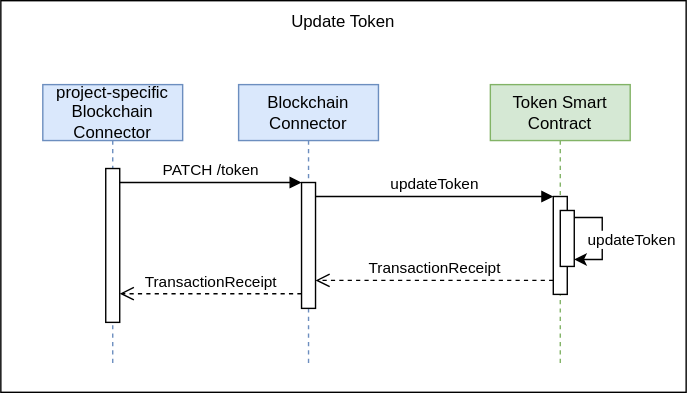
This is drawio/chapter_6/update-token.svg from fraunhofer-iml/nft-folder-documentation, a draw.io export, as it was before one commit. Source tidied: cells renumbered, new cells last; positions are measured from the earlier drawing's top-left corner, leaving out a move shared by most shapes.
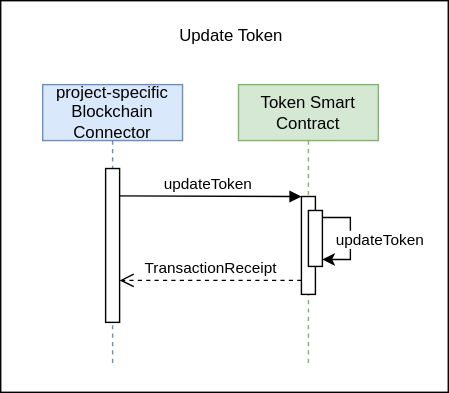
The same file after the commit.

Commit message:
Add token hierarchy and incoroporate blockchain connector as a library

The edit, as a diff of the source:
```diff
@@ -2,17 +2,11 @@
   <root>
     <mxCell id="0" />
     <mxCell id="1" parent="0" />
-    <mxCell id="2" style="rounded=0;whiteSpace=wrap;html=1;" parent="1" vertex="1">
-      <mxGeometry width="490" height="280" as="geometry" />
-    </mxCell>
-    <mxCell id="3" value="Blockchain Connector" style="shape=umlLifeline;perimeter=lifelinePerimeter;whiteSpace=wrap;html=1;newEdgeStyle={&quot;edgeStyle&quot;:&quot;elbowEdgeStyle&quot;,&quot;elbow&quot;:&quot;vertical&quot;,&quot;curved&quot;:0,&quot;rounded&quot;:0};fillColor=#dae8fc;strokeColor=#6c8ebf;" parent="1" vertex="1">
-      <mxGeometry x="170" y="60" width="100" height="200" as="geometry" />
-    </mxCell>
-    <mxCell id="4" style="html=1;points=[];perimeter=orthogonalPerimeter;outlineConnect=0;targetShapes=umlLifeline;portConstraint=eastwest;newEdgeStyle={&quot;edgeStyle&quot;:&quot;elbowEdgeStyle&quot;,&quot;elbow&quot;:&quot;vertical&quot;,&quot;curved&quot;:0,&quot;rounded&quot;:0};" parent="3" vertex="1">
-      <mxGeometry x="45" y="70" width="10" height="90" as="geometry" />
-    </mxCell>
+    <mxCell id="17" style="rounded=0;whiteSpace=wrap;html=1;" parent="1" vertex="1">
+      <mxGeometry width="320" height="280" as="geometry" />
+    </mxCell>
     <mxCell id="5" value="Token Smart Contract" style="shape=umlLifeline;perimeter=lifelinePerimeter;whiteSpace=wrap;html=1;newEdgeStyle={&quot;edgeStyle&quot;:&quot;elbowEdgeStyle&quot;,&quot;elbow&quot;:&quot;vertical&quot;,&quot;curved&quot;:0,&quot;rounded&quot;:0};fillColor=#d5e8d4;strokeColor=#82b366;" parent="1" vertex="1">
-      <mxGeometry x="350" y="60" width="100" height="200" as="geometry" />
+      <mxGeometry x="170" y="60" width="100" height="200" as="geometry" />
     </mxCell>
     <mxCell id="6" style="html=1;points=[];perimeter=orthogonalPerimeter;outlineConnect=0;targetShapes=umlLifeline;portConstraint=eastwest;newEdgeStyle={&quot;edgeStyle&quot;:&quot;elbowEdgeStyle&quot;,&quot;elbow&quot;:&quot;vertical&quot;,&quot;curved&quot;:0,&quot;rounded&quot;:0};" parent="5" vertex="1">
       <mxGeometry x="45" y="80" width="10" height="70" as="geometry" />
@@ -33,24 +27,19 @@
     <mxCell id="9" style="html=1;points=[[0,0,0,0,5],[0,1,0,0,-5],[1,0,0,0,5],[1,1,0,0,-5]];perimeter=orthogonalPerimeter;outlineConnect=0;targetShapes=umlLifeline;portConstraint=eastwest;newEdgeStyle={&quot;curved&quot;:0,&quot;rounded&quot;:0};" parent="5" vertex="1">
       <mxGeometry x="50" y="90" width="10" height="40" as="geometry" />
     </mxCell>
-    <mxCell id="10" value="updateToken" style="html=1;verticalAlign=bottom;endArrow=block;edgeStyle=elbowEdgeStyle;elbow=vertical;curved=0;rounded=0;" parent="1" edge="1" source="4" target="6">
+    <mxCell id="10" value="updateToken" style="html=1;verticalAlign=bottom;endArrow=block;edgeStyle=elbowEdgeStyle;elbow=vertical;curved=0;rounded=0;exitX=1.5;exitY=0.182;exitDx=0;exitDy=0;exitPerimeter=0;" parent="1" edge="1" target="6">
       <mxGeometry relative="1" as="geometry">
-        <Array as="points">
-          <mxPoint x="310" y="140" />
-        </Array>
+        <mxPoint x="80" y="139.5" as="sourcePoint" />
       </mxGeometry>
     </mxCell>
-    <mxCell id="11" value="TransactionReceipt" style="html=1;verticalAlign=bottom;endArrow=open;dashed=1;endSize=8;edgeStyle=elbowEdgeStyle;elbow=horizontal;curved=0;rounded=0;" parent="1" edge="1">
-      <mxGeometry relative="1" as="geometry">
-        <mxPoint x="395" y="200" as="sourcePoint" />
-        <mxPoint x="225" y="200" as="targetPoint" />
-        <Array as="points">
-          <mxPoint x="320" y="200" />
-        </Array>
-      </mxGeometry>
-    </mxCell>
+    <mxCell id="18" value="TransactionReceipt" style="html=1;verticalAlign=bottom;endArrow=open;dashed=1;endSize=8;edgeStyle=elbowEdgeStyle;elbow=horizontal;curved=0;rounded=0;" parent="1" edge="1">
+      <mxGeometry relative="1" as="geometry">
+        <mxPoint x="215" y="200" as="sourcePoint" />
+        <mxPoint x="85" y="200" as="targetPoint" />
+      </mxGeometry>
+    </mxCell>
     <mxCell id="12" value="Update Token" style="text;html=1;align=center;verticalAlign=middle;whiteSpace=wrap;rounded=0;" parent="1" vertex="1">
-      <mxGeometry x="170" width="150" height="30" as="geometry" />
+      <mxGeometry x="90" y="10" width="150" height="30" as="geometry" />
     </mxCell>
     <mxCell id="13" value="project-specific Blockchain Connector" style="shape=umlLifeline;perimeter=lifelinePerimeter;whiteSpace=wrap;html=1;newEdgeStyle={&quot;curved&quot;:0,&quot;rounded&quot;:0};fillColor=#dae8fc;strokeColor=#6c8ebf;" parent="1" vertex="1">
       <mxGeometry x="30" y="60" width="100" height="200" as="geometry" />
@@ -58,19 +47,5 @@
     <mxCell id="14" style="html=1;points=[[0,0,0,0,5],[0,1,0,0,-5],[1,0,0,0,5],[1,1,0,0,-5]];perimeter=orthogonalPerimeter;outlineConnect=0;targetShapes=umlLifeline;portConstraint=eastwest;newEdgeStyle={&quot;curved&quot;:0,&quot;rounded&quot;:0};" parent="13" vertex="1">
       <mxGeometry x="45" y="60" width="10" height="110" as="geometry" />
     </mxCell>
-    <mxCell id="15" value="PATCH /token" style="html=1;verticalAlign=bottom;startArrow=none;endArrow=block;startSize=8;edgeStyle=elbowEdgeStyle;elbow=vertical;curved=0;rounded=0;startFill=0;" parent="1" edge="1" source="14">
-      <mxGeometry relative="1" as="geometry">
-        <mxPoint x="215" y="130" as="targetPoint" />
-      </mxGeometry>
-    </mxCell>
-    <mxCell id="16" value="TransactionReceipt" style="html=1;verticalAlign=bottom;endArrow=open;dashed=1;endSize=8;edgeStyle=elbowEdgeStyle;elbow=horizontal;curved=0;rounded=0;" parent="1" edge="1">
-      <mxGeometry relative="1" as="geometry">
-        <mxPoint x="215" y="209.5" as="sourcePoint" />
-        <mxPoint x="85" y="209.5" as="targetPoint" />
-        <Array as="points">
-          <mxPoint x="175" y="209.5" />
-        </Array>
-      </mxGeometry>
-    </mxCell>
   </root>
 </mxGraphModel>
```
